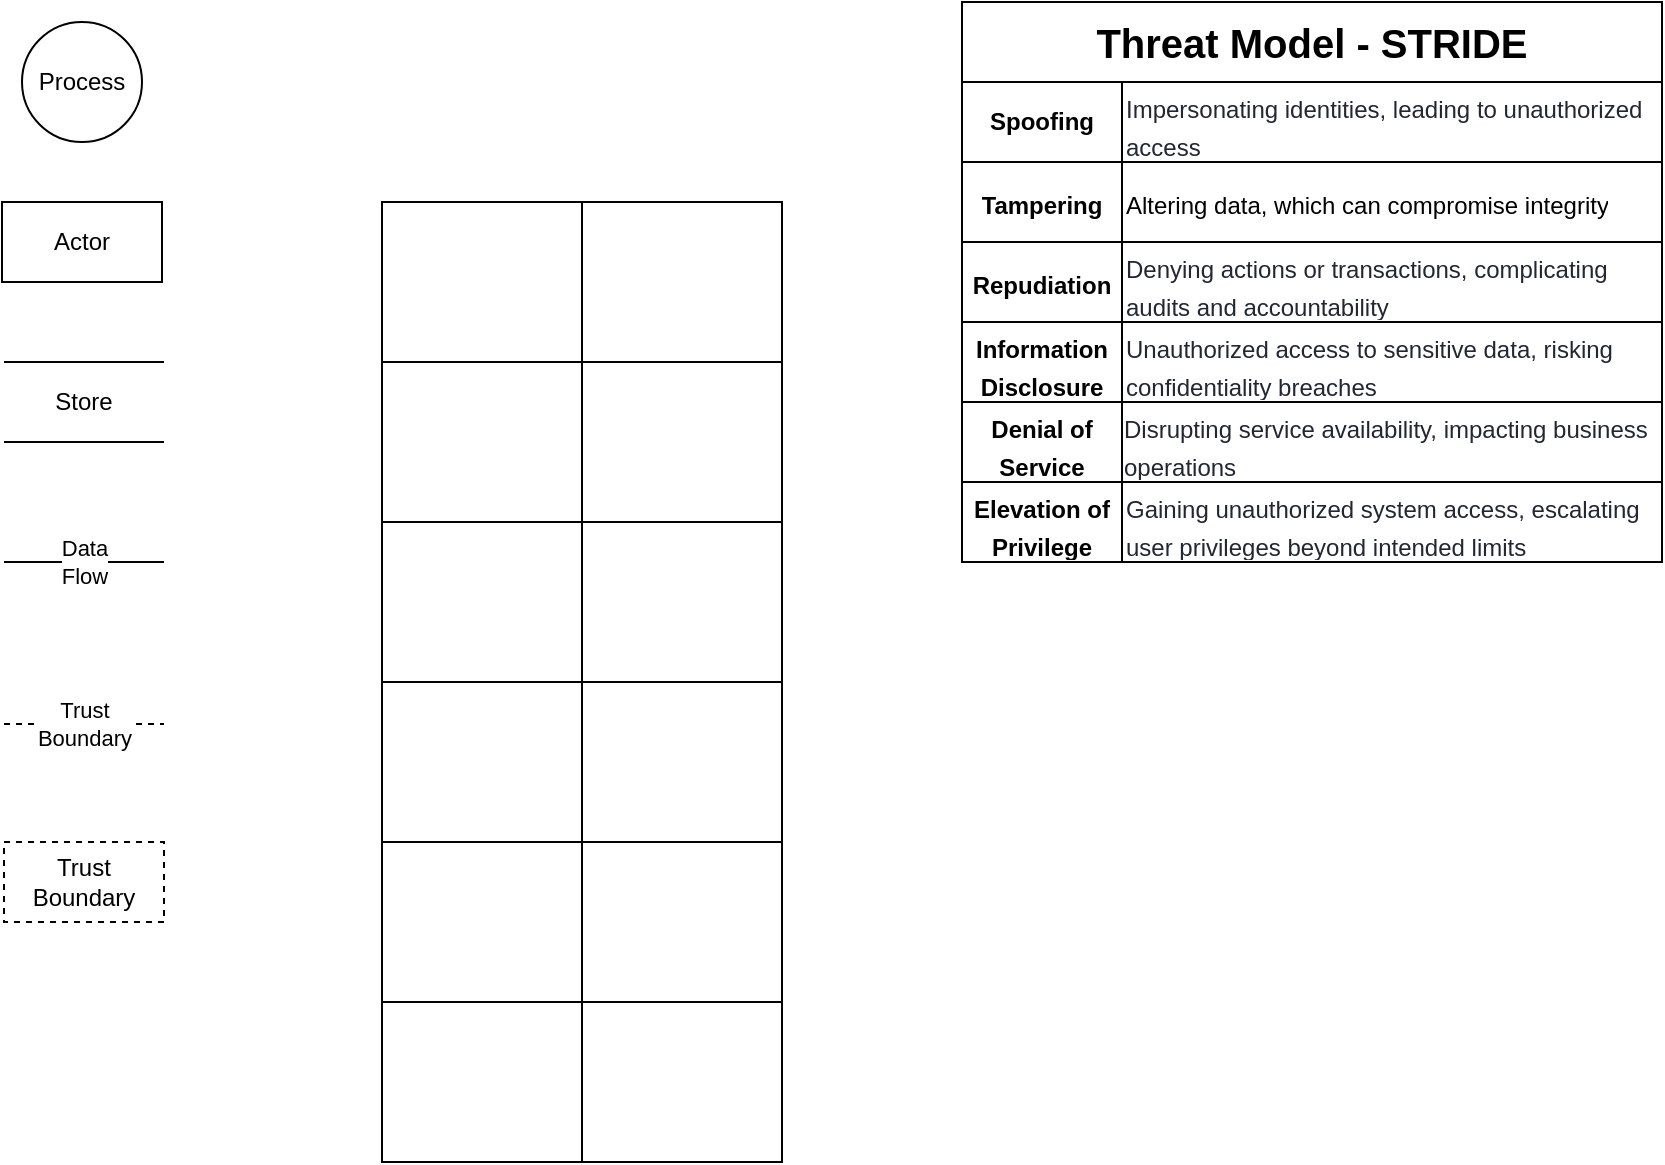
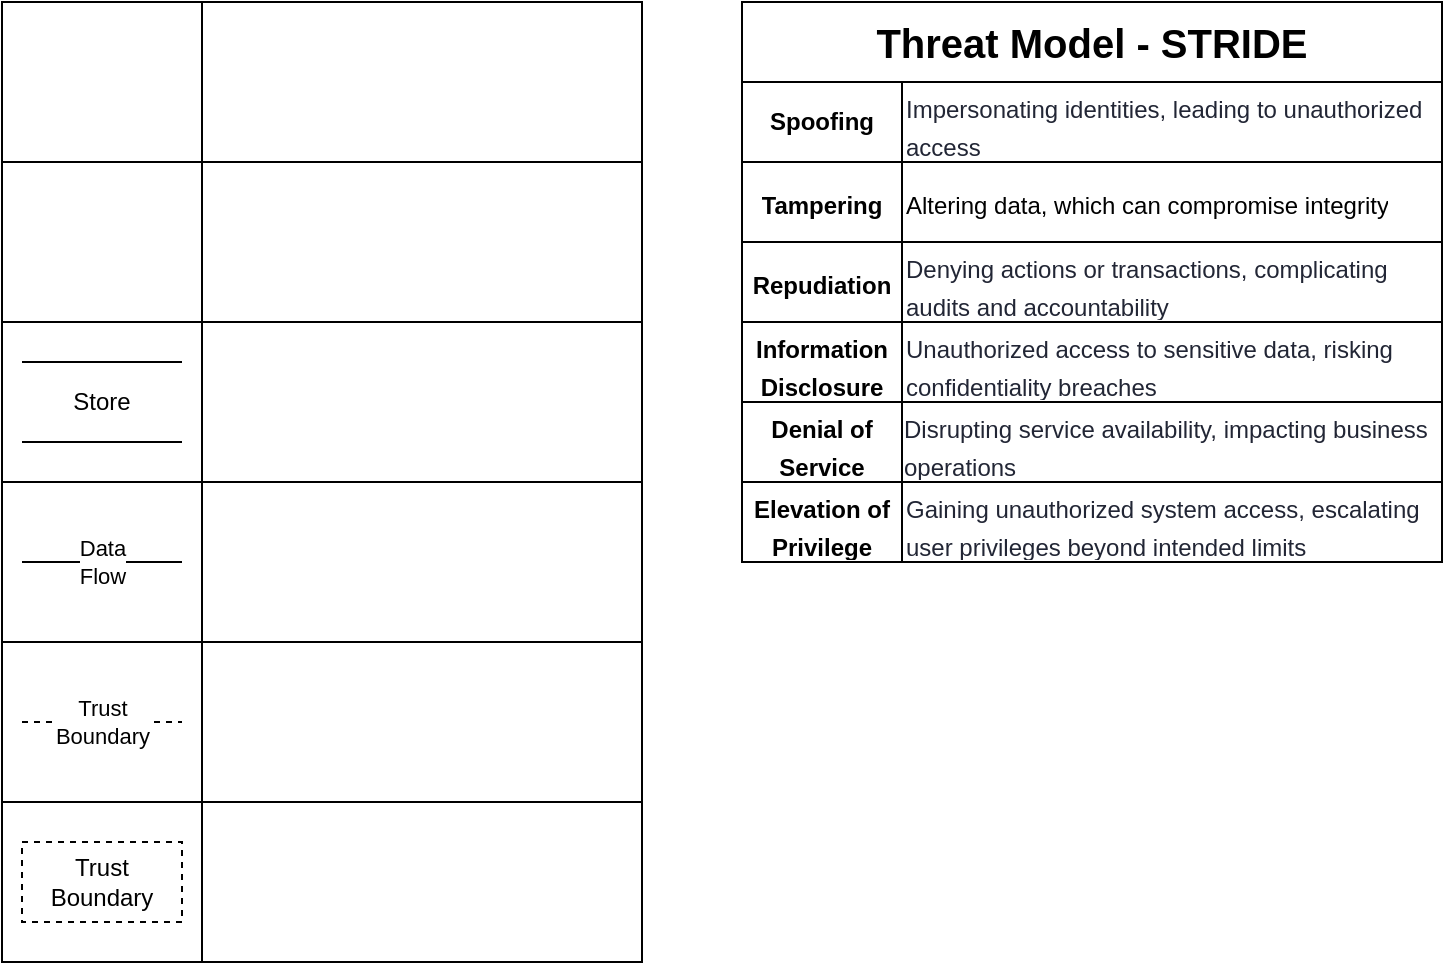
<mxfile host="app.diagrams.net">
  <diagram name="Page-1" id="LUfYaMOZ5GPox6UbmhKn">
-     <mxGraphModel dx="1204" dy="815" grid="1" gridSize="10" guides="1" tooltips="1" connect="1" arrows="1" fold="1" page="1" pageScale="1" pageWidth="1169" pageHeight="827" math="0" shadow="0">
+     <mxGraphModel dx="1003" dy="679" grid="1" gridSize="10" guides="1" tooltips="1" connect="1" arrows="1" fold="1" page="1" pageScale="1" pageWidth="1169" pageHeight="827" math="0" shadow="0">
      <root>
        <mxCell id="0" />
        <mxCell id="1" parent="0" />
        <mxCell id="M_fBX4zBRpyhF5hZAxOK-1" parent="1" style="ellipse;whiteSpace=wrap;html=1;direction=west;" value="Process" vertex="1">
-           <mxGeometry height="60" width="60" x="60" y="50" as="geometry" />
+           <mxGeometry height="60" width="60" x="180" y="50" as="geometry" />
        </mxCell>
        <mxCell id="M_fBX4zBRpyhF5hZAxOK-2" parent="1" style="rounded=0;whiteSpace=wrap;html=1;" value="Actor" vertex="1">
-           <mxGeometry height="40" width="80" x="50" y="140" as="geometry" />
+           <mxGeometry height="40" width="80" x="170" y="140" as="geometry" />
        </mxCell>
        <mxCell id="M_fBX4zBRpyhF5hZAxOK-11" parent="1" style="shape=table;startSize=0;container=1;collapsible=0;childLayout=tableLayout;fontSize=12;" value="" vertex="1">
          <mxGeometry height="280" width="350" x="530" y="40" as="geometry" />
        </mxCell>
        <mxCell id="i9MEZxg4KkeJskCu2APN-1" parent="M_fBX4zBRpyhF5hZAxOK-11" style="shape=tableRow;horizontal=0;startSize=0;swimlaneHead=0;swimlaneBody=0;strokeColor=inherit;top=0;left=0;bottom=0;right=0;collapsible=0;dropTarget=0;fillColor=none;points=[[0,0.5],[1,0.5]];portConstraint=eastwest;fontSize=16;" vertex="1">
          <mxGeometry height="40" width="350" as="geometry" />
        </mxCell>
        <mxCell id="i9MEZxg4KkeJskCu2APN-2" parent="i9MEZxg4KkeJskCu2APN-1" style="shape=partialRectangle;html=1;whiteSpace=wrap;connectable=0;strokeColor=inherit;overflow=hidden;fillColor=none;top=0;left=0;bottom=0;right=0;pointerEvents=1;fontSize=12;rowspan=1;colspan=2;" value="&lt;b&gt;&lt;font style=&quot;font-size: 20px;&quot;&gt;Threat Model - STRIDE&lt;/font&gt;&lt;/b&gt;" vertex="1">
          <mxGeometry height="40" width="350" as="geometry">
            <mxRectangle height="40" width="80" as="alternateBounds" />
          </mxGeometry>
        </mxCell>
        <mxCell id="i9MEZxg4KkeJskCu2APN-3" parent="i9MEZxg4KkeJskCu2APN-1" style="shape=partialRectangle;html=1;whiteSpace=wrap;connectable=0;strokeColor=inherit;overflow=hidden;fillColor=none;top=0;left=0;bottom=0;right=0;pointerEvents=1;fontSize=16;align=left;" vertex="1" visible="0">
          <mxGeometry height="40" width="270" x="80" as="geometry">
            <mxRectangle height="40" width="270" as="alternateBounds" />
          </mxGeometry>
        </mxCell>
        <mxCell id="M_fBX4zBRpyhF5hZAxOK-12" parent="M_fBX4zBRpyhF5hZAxOK-11" style="shape=tableRow;horizontal=0;startSize=0;swimlaneHead=0;swimlaneBody=0;strokeColor=inherit;top=0;left=0;bottom=0;right=0;collapsible=0;dropTarget=0;fillColor=none;points=[[0,0.5],[1,0.5]];portConstraint=eastwest;fontSize=16;" value="" vertex="1">
          <mxGeometry height="40" width="350" y="40" as="geometry" />
        </mxCell>
        <mxCell id="M_fBX4zBRpyhF5hZAxOK-13" parent="M_fBX4zBRpyhF5hZAxOK-12" style="shape=partialRectangle;html=1;whiteSpace=wrap;connectable=0;strokeColor=inherit;overflow=hidden;fillColor=none;top=0;left=0;bottom=0;right=0;pointerEvents=1;fontSize=12;" value="&lt;font&gt;&lt;b&gt;Spoofing&lt;/b&gt;&lt;/font&gt;" vertex="1">
          <mxGeometry height="40" width="80" as="geometry">
            <mxRectangle height="40" width="80" as="alternateBounds" />
          </mxGeometry>
        </mxCell>
        <mxCell id="M_fBX4zBRpyhF5hZAxOK-14" parent="M_fBX4zBRpyhF5hZAxOK-12" style="shape=partialRectangle;html=1;whiteSpace=wrap;connectable=0;strokeColor=inherit;overflow=hidden;fillColor=none;top=0;left=0;bottom=0;right=0;pointerEvents=1;fontSize=16;align=left;" value="&lt;span style=&quot;caret-color: rgb(34, 38, 53); color: rgb(34, 38, 53);&quot;&gt;&lt;font style=&quot;font-size: 12px;&quot;&gt;Impersonating identities, leading to unauthorized access&lt;/font&gt;&lt;/span&gt;" vertex="1">
          <mxGeometry height="40" width="270" x="80" as="geometry">
            <mxRectangle height="40" width="270" as="alternateBounds" />
          </mxGeometry>
        </mxCell>
        <mxCell id="M_fBX4zBRpyhF5hZAxOK-16" parent="M_fBX4zBRpyhF5hZAxOK-11" style="shape=tableRow;horizontal=0;startSize=0;swimlaneHead=0;swimlaneBody=0;strokeColor=inherit;top=0;left=0;bottom=0;right=0;collapsible=0;dropTarget=0;fillColor=none;points=[[0,0.5],[1,0.5]];portConstraint=eastwest;fontSize=16;" value="" vertex="1">
          <mxGeometry height="40" width="350" y="80" as="geometry" />
        </mxCell>
        <mxCell id="M_fBX4zBRpyhF5hZAxOK-17" parent="M_fBX4zBRpyhF5hZAxOK-16" style="shape=partialRectangle;html=1;whiteSpace=wrap;connectable=0;strokeColor=inherit;overflow=hidden;fillColor=none;top=0;left=0;bottom=0;right=0;pointerEvents=1;fontSize=16;" value="&lt;font style=&quot;font-size: 12px;&quot;&gt;&lt;b&gt;Tampering&lt;/b&gt;&lt;/font&gt;" vertex="1">
          <mxGeometry height="40" width="80" as="geometry">
            <mxRectangle height="40" width="80" as="alternateBounds" />
          </mxGeometry>
        </mxCell>
        <mxCell id="M_fBX4zBRpyhF5hZAxOK-18" parent="M_fBX4zBRpyhF5hZAxOK-16" style="shape=partialRectangle;html=1;whiteSpace=wrap;connectable=0;strokeColor=inherit;overflow=hidden;fillColor=none;top=0;left=0;bottom=0;right=0;pointerEvents=1;fontSize=16;align=left;" value="&lt;font style=&quot;font-size: 12px;&quot;&gt;Altering data, which can compromise integrity&lt;/font&gt;" vertex="1">
          <mxGeometry height="40" width="270" x="80" as="geometry">
            <mxRectangle height="40" width="270" as="alternateBounds" />
          </mxGeometry>
        </mxCell>
        <mxCell id="M_fBX4zBRpyhF5hZAxOK-20" parent="M_fBX4zBRpyhF5hZAxOK-11" style="shape=tableRow;horizontal=0;startSize=0;swimlaneHead=0;swimlaneBody=0;strokeColor=inherit;top=0;left=0;bottom=0;right=0;collapsible=0;dropTarget=0;fillColor=none;points=[[0,0.5],[1,0.5]];portConstraint=eastwest;fontSize=16;" value="" vertex="1">
          <mxGeometry height="40" width="350" y="120" as="geometry" />
        </mxCell>
        <mxCell id="M_fBX4zBRpyhF5hZAxOK-21" parent="M_fBX4zBRpyhF5hZAxOK-20" style="shape=partialRectangle;html=1;whiteSpace=wrap;connectable=0;strokeColor=inherit;overflow=hidden;fillColor=none;top=0;left=0;bottom=0;right=0;pointerEvents=1;fontSize=16;" value="&lt;font style=&quot;font-size: 12px;&quot;&gt;&lt;b&gt;Repudiation&lt;/b&gt;&lt;/font&gt;" vertex="1">
          <mxGeometry height="40" width="80" as="geometry">
            <mxRectangle height="40" width="80" as="alternateBounds" />
          </mxGeometry>
        </mxCell>
        <mxCell id="M_fBX4zBRpyhF5hZAxOK-22" parent="M_fBX4zBRpyhF5hZAxOK-20" style="shape=partialRectangle;html=1;whiteSpace=wrap;connectable=0;strokeColor=inherit;overflow=hidden;fillColor=none;top=0;left=0;bottom=0;right=0;pointerEvents=1;fontSize=16;align=left;" value="&lt;span style=&quot;caret-color: rgb(34, 38, 53); color: rgb(34, 38, 53);&quot;&gt;&lt;font style=&quot;font-size: 12px;&quot;&gt;Denying actions or transactions, complicating audits and accountability&lt;/font&gt;&lt;/span&gt;" vertex="1">
          <mxGeometry height="40" width="270" x="80" as="geometry">
            <mxRectangle height="40" width="270" as="alternateBounds" />
          </mxGeometry>
        </mxCell>
        <mxCell id="M_fBX4zBRpyhF5hZAxOK-25" parent="M_fBX4zBRpyhF5hZAxOK-11" style="shape=tableRow;horizontal=0;startSize=0;swimlaneHead=0;swimlaneBody=0;strokeColor=inherit;top=0;left=0;bottom=0;right=0;collapsible=0;dropTarget=0;fillColor=none;points=[[0,0.5],[1,0.5]];portConstraint=eastwest;fontSize=16;" value="" vertex="1">
          <mxGeometry height="40" width="350" y="160" as="geometry" />
        </mxCell>
        <mxCell id="M_fBX4zBRpyhF5hZAxOK-26" parent="M_fBX4zBRpyhF5hZAxOK-25" style="shape=partialRectangle;html=1;whiteSpace=wrap;connectable=0;strokeColor=inherit;overflow=hidden;fillColor=none;top=0;left=0;bottom=0;right=0;pointerEvents=1;fontSize=16;" value="&lt;font style=&quot;font-size: 12px;&quot;&gt;&lt;b&gt;Information Disclosure&lt;/b&gt;&lt;/font&gt;" vertex="1">
          <mxGeometry height="40" width="80" as="geometry">
            <mxRectangle height="40" width="80" as="alternateBounds" />
          </mxGeometry>
        </mxCell>
        <mxCell id="M_fBX4zBRpyhF5hZAxOK-27" parent="M_fBX4zBRpyhF5hZAxOK-25" style="shape=partialRectangle;html=1;whiteSpace=wrap;connectable=0;strokeColor=inherit;overflow=hidden;fillColor=none;top=0;left=0;bottom=0;right=0;pointerEvents=1;fontSize=16;align=left;" value="&lt;span style=&quot;caret-color: rgb(34, 38, 53); color: rgb(34, 38, 53);&quot;&gt;&lt;font style=&quot;font-size: 12px;&quot;&gt;Unauthorized access to sensitive data, risking confidentiality breaches&lt;/font&gt;&lt;/span&gt;" vertex="1">
          <mxGeometry height="40" width="270" x="80" as="geometry">
            <mxRectangle height="40" width="270" as="alternateBounds" />
          </mxGeometry>
        </mxCell>
        <mxCell id="M_fBX4zBRpyhF5hZAxOK-29" parent="M_fBX4zBRpyhF5hZAxOK-11" style="shape=tableRow;horizontal=0;startSize=0;swimlaneHead=0;swimlaneBody=0;strokeColor=inherit;top=0;left=0;bottom=0;right=0;collapsible=0;dropTarget=0;fillColor=none;points=[[0,0.5],[1,0.5]];portConstraint=eastwest;fontSize=16;" value="" vertex="1">
          <mxGeometry height="40" width="350" y="200" as="geometry" />
        </mxCell>
        <mxCell id="M_fBX4zBRpyhF5hZAxOK-30" parent="M_fBX4zBRpyhF5hZAxOK-29" style="shape=partialRectangle;html=1;whiteSpace=wrap;connectable=0;strokeColor=inherit;overflow=hidden;fillColor=none;top=0;left=0;bottom=0;right=0;pointerEvents=1;fontSize=16;" value="&lt;font style=&quot;font-size: 12px;&quot;&gt;&lt;b&gt;Denial of Service&lt;/b&gt;&lt;/font&gt;" vertex="1">
          <mxGeometry height="40" width="80" as="geometry">
            <mxRectangle height="40" width="80" as="alternateBounds" />
          </mxGeometry>
        </mxCell>
        <mxCell id="M_fBX4zBRpyhF5hZAxOK-31" parent="M_fBX4zBRpyhF5hZAxOK-29" style="shape=partialRectangle;html=1;whiteSpace=wrap;connectable=0;strokeColor=inherit;overflow=hidden;fillColor=none;top=0;left=0;bottom=0;right=0;pointerEvents=1;fontSize=16;" value="&lt;div style=&quot;text-align: left;&quot;&gt;&lt;span style=&quot;caret-color: rgb(34, 38, 53); color: rgb(34, 38, 53); font-size: 12px;&quot;&gt;Disrupting service availability, impacting business operations&lt;/span&gt;&lt;/div&gt;" vertex="1">
          <mxGeometry height="40" width="270" x="80" as="geometry">
            <mxRectangle height="40" width="270" as="alternateBounds" />
          </mxGeometry>
        </mxCell>
        <mxCell id="M_fBX4zBRpyhF5hZAxOK-33" parent="M_fBX4zBRpyhF5hZAxOK-11" style="shape=tableRow;horizontal=0;startSize=0;swimlaneHead=0;swimlaneBody=0;strokeColor=inherit;top=0;left=0;bottom=0;right=0;collapsible=0;dropTarget=0;fillColor=none;points=[[0,0.5],[1,0.5]];portConstraint=eastwest;fontSize=16;" value="" vertex="1">
          <mxGeometry height="40" width="350" y="240" as="geometry" />
        </mxCell>
        <mxCell id="M_fBX4zBRpyhF5hZAxOK-34" parent="M_fBX4zBRpyhF5hZAxOK-33" style="shape=partialRectangle;html=1;whiteSpace=wrap;connectable=0;strokeColor=inherit;overflow=hidden;fillColor=none;top=0;left=0;bottom=0;right=0;pointerEvents=1;fontSize=16;" value="&lt;font style=&quot;font-size: 12px;&quot;&gt;&lt;b&gt;Elevation of Privilege&lt;/b&gt;&lt;/font&gt;" vertex="1">
          <mxGeometry height="40" width="80" as="geometry">
            <mxRectangle height="40" width="80" as="alternateBounds" />
          </mxGeometry>
        </mxCell>
        <mxCell id="M_fBX4zBRpyhF5hZAxOK-35" parent="M_fBX4zBRpyhF5hZAxOK-33" style="shape=partialRectangle;html=1;whiteSpace=wrap;connectable=0;strokeColor=inherit;overflow=hidden;fillColor=none;top=0;left=0;bottom=0;right=0;pointerEvents=1;fontSize=16;align=left;" value="&lt;span style=&quot;caret-color: rgb(34, 38, 53); color: rgb(34, 38, 53);&quot;&gt;&lt;font style=&quot;font-size: 12px;&quot; face=&quot;Helvetica&quot;&gt;Gaining unauthorized system access, escalating user privileges beyond intended limits&lt;/font&gt;&lt;/span&gt;" vertex="1">
          <mxGeometry height="40" width="270" x="80" as="geometry">
            <mxRectangle height="40" width="270" as="alternateBounds" />
          </mxGeometry>
        </mxCell>
        <mxCell id="i9MEZxg4KkeJskCu2APN-4" parent="1" style="shape=table;startSize=0;container=1;collapsible=0;childLayout=tableLayout;fixedHeader=1;" value="" vertex="1">
-           <mxGeometry height="480" width="200" x="240" y="140" as="geometry" />
+           <mxGeometry height="480" width="320" x="160" y="40" as="geometry" />
        </mxCell>
        <mxCell id="i9MEZxg4KkeJskCu2APN-5" parent="i9MEZxg4KkeJskCu2APN-4" style="shape=tableRow;horizontal=0;startSize=0;swimlaneHead=0;swimlaneBody=0;strokeColor=inherit;top=0;left=0;bottom=0;right=0;collapsible=0;dropTarget=0;fillColor=none;points=[[0,0.5],[1,0.5]];portConstraint=eastwest;fixedHeader=1;" value="" vertex="1">
-           <mxGeometry height="80" width="200" as="geometry" />
+           <mxGeometry height="80" width="320" as="geometry" />
        </mxCell>
        <mxCell id="i9MEZxg4KkeJskCu2APN-6" parent="i9MEZxg4KkeJskCu2APN-5" style="shape=partialRectangle;html=1;whiteSpace=wrap;connectable=0;strokeColor=inherit;overflow=hidden;fillColor=none;top=0;left=0;bottom=0;right=0;pointerEvents=1;" value="" vertex="1">
          <mxGeometry height="80" width="100" as="geometry">
            <mxRectangle height="80" width="100" as="alternateBounds" />
          </mxGeometry>
        </mxCell>
        <mxCell id="i9MEZxg4KkeJskCu2APN-7" parent="i9MEZxg4KkeJskCu2APN-5" style="shape=partialRectangle;html=1;whiteSpace=wrap;connectable=0;strokeColor=inherit;overflow=hidden;fillColor=none;top=0;left=0;bottom=0;right=0;pointerEvents=1;" value="" vertex="1">
-           <mxGeometry height="80" width="100" x="100" as="geometry">
-             <mxRectangle height="80" width="100" as="alternateBounds" />
+           <mxGeometry height="80" width="220" x="100" as="geometry">
+             <mxRectangle height="80" width="220" as="alternateBounds" />
          </mxGeometry>
        </mxCell>
        <mxCell id="i9MEZxg4KkeJskCu2APN-8" parent="i9MEZxg4KkeJskCu2APN-4" style="shape=tableRow;horizontal=0;startSize=0;swimlaneHead=0;swimlaneBody=0;strokeColor=inherit;top=0;left=0;bottom=0;right=0;collapsible=0;dropTarget=0;fillColor=none;points=[[0,0.5],[1,0.5]];portConstraint=eastwest;fixedHeader=1;" value="" vertex="1">
-           <mxGeometry height="80" width="200" y="80" as="geometry" />
+           <mxGeometry height="80" width="320" y="80" as="geometry" />
        </mxCell>
        <mxCell id="i9MEZxg4KkeJskCu2APN-9" parent="i9MEZxg4KkeJskCu2APN-8" style="shape=partialRectangle;html=1;whiteSpace=wrap;connectable=0;strokeColor=inherit;overflow=hidden;fillColor=none;top=0;left=0;bottom=0;right=0;pointerEvents=1;" value="" vertex="1">
          <mxGeometry height="80" width="100" as="geometry">
            <mxRectangle height="80" width="100" as="alternateBounds" />
          </mxGeometry>
        </mxCell>
        <mxCell id="i9MEZxg4KkeJskCu2APN-10" parent="i9MEZxg4KkeJskCu2APN-8" style="shape=partialRectangle;html=1;whiteSpace=wrap;connectable=0;strokeColor=inherit;overflow=hidden;fillColor=none;top=0;left=0;bottom=0;right=0;pointerEvents=1;" value="" vertex="1">
-           <mxGeometry height="80" width="100" x="100" as="geometry">
-             <mxRectangle height="80" width="100" as="alternateBounds" />
+           <mxGeometry height="80" width="220" x="100" as="geometry">
+             <mxRectangle height="80" width="220" as="alternateBounds" />
          </mxGeometry>
        </mxCell>
        <mxCell id="i9MEZxg4KkeJskCu2APN-11" parent="i9MEZxg4KkeJskCu2APN-4" style="shape=tableRow;horizontal=0;startSize=0;swimlaneHead=0;swimlaneBody=0;strokeColor=inherit;top=0;left=0;bottom=0;right=0;collapsible=0;dropTarget=0;fillColor=none;points=[[0,0.5],[1,0.5]];portConstraint=eastwest;fixedHeader=1;" value="" vertex="1">
-           <mxGeometry height="80" width="200" y="160" as="geometry" />
+           <mxGeometry height="80" width="320" y="160" as="geometry" />
        </mxCell>
        <mxCell id="i9MEZxg4KkeJskCu2APN-12" parent="i9MEZxg4KkeJskCu2APN-11" style="shape=partialRectangle;html=1;whiteSpace=wrap;connectable=0;strokeColor=inherit;overflow=hidden;fillColor=none;top=0;left=0;bottom=0;right=0;pointerEvents=1;" value="" vertex="1">
          <mxGeometry height="80" width="100" as="geometry">
            <mxRectangle height="80" width="100" as="alternateBounds" />
          </mxGeometry>
        </mxCell>
        <mxCell id="i9MEZxg4KkeJskCu2APN-13" parent="i9MEZxg4KkeJskCu2APN-11" style="shape=partialRectangle;html=1;whiteSpace=wrap;connectable=0;strokeColor=inherit;overflow=hidden;fillColor=none;top=0;left=0;bottom=0;right=0;pointerEvents=1;" value="" vertex="1">
-           <mxGeometry height="80" width="100" x="100" as="geometry">
-             <mxRectangle height="80" width="100" as="alternateBounds" />
+           <mxGeometry height="80" width="220" x="100" as="geometry">
+             <mxRectangle height="80" width="220" as="alternateBounds" />
          </mxGeometry>
        </mxCell>
        <mxCell id="i9MEZxg4KkeJskCu2APN-14" parent="i9MEZxg4KkeJskCu2APN-4" style="shape=tableRow;horizontal=0;startSize=0;swimlaneHead=0;swimlaneBody=0;strokeColor=inherit;top=0;left=0;bottom=0;right=0;collapsible=0;dropTarget=0;fillColor=none;points=[[0,0.5],[1,0.5]];portConstraint=eastwest;fixedHeader=1;" value="" vertex="1">
-           <mxGeometry height="80" width="200" y="240" as="geometry" />
+           <mxGeometry height="80" width="320" y="240" as="geometry" />
        </mxCell>
        <mxCell id="i9MEZxg4KkeJskCu2APN-15" parent="i9MEZxg4KkeJskCu2APN-14" style="shape=partialRectangle;html=1;whiteSpace=wrap;connectable=0;strokeColor=inherit;overflow=hidden;fillColor=none;top=0;left=0;bottom=0;right=0;pointerEvents=1;" value="" vertex="1">
          <mxGeometry height="80" width="100" as="geometry">
            <mxRectangle height="80" width="100" as="alternateBounds" />
          </mxGeometry>
        </mxCell>
        <mxCell id="i9MEZxg4KkeJskCu2APN-16" parent="i9MEZxg4KkeJskCu2APN-14" style="shape=partialRectangle;html=1;whiteSpace=wrap;connectable=0;strokeColor=inherit;overflow=hidden;fillColor=none;top=0;left=0;bottom=0;right=0;pointerEvents=1;" value="" vertex="1">
-           <mxGeometry height="80" width="100" x="100" as="geometry">
-             <mxRectangle height="80" width="100" as="alternateBounds" />
+           <mxGeometry height="80" width="220" x="100" as="geometry">
+             <mxRectangle height="80" width="220" as="alternateBounds" />
          </mxGeometry>
        </mxCell>
        <mxCell id="i9MEZxg4KkeJskCu2APN-17" parent="i9MEZxg4KkeJskCu2APN-4" style="shape=tableRow;horizontal=0;startSize=0;swimlaneHead=0;swimlaneBody=0;strokeColor=inherit;top=0;left=0;bottom=0;right=0;collapsible=0;dropTarget=0;fillColor=none;points=[[0,0.5],[1,0.5]];portConstraint=eastwest;fixedHeader=1;" value="" vertex="1">
-           <mxGeometry height="80" width="200" y="320" as="geometry" />
+           <mxGeometry height="80" width="320" y="320" as="geometry" />
        </mxCell>
        <mxCell id="i9MEZxg4KkeJskCu2APN-18" parent="i9MEZxg4KkeJskCu2APN-17" style="shape=partialRectangle;html=1;whiteSpace=wrap;connectable=0;strokeColor=inherit;overflow=hidden;fillColor=none;top=0;left=0;bottom=0;right=0;pointerEvents=1;" value="" vertex="1">
          <mxGeometry height="80" width="100" as="geometry">
            <mxRectangle height="80" width="100" as="alternateBounds" />
          </mxGeometry>
        </mxCell>
        <mxCell id="i9MEZxg4KkeJskCu2APN-19" parent="i9MEZxg4KkeJskCu2APN-17" style="shape=partialRectangle;html=1;whiteSpace=wrap;connectable=0;strokeColor=inherit;overflow=hidden;fillColor=none;top=0;left=0;bottom=0;right=0;pointerEvents=1;" value="" vertex="1">
-           <mxGeometry height="80" width="100" x="100" as="geometry">
-             <mxRectangle height="80" width="100" as="alternateBounds" />
+           <mxGeometry height="80" width="220" x="100" as="geometry">
+             <mxRectangle height="80" width="220" as="alternateBounds" />
          </mxGeometry>
        </mxCell>
        <mxCell id="EMhIjtj1n61WMu614l9y-1" parent="i9MEZxg4KkeJskCu2APN-4" style="shape=tableRow;horizontal=0;startSize=0;swimlaneHead=0;swimlaneBody=0;strokeColor=inherit;top=0;left=0;bottom=0;right=0;collapsible=0;dropTarget=0;fillColor=none;points=[[0,0.5],[1,0.5]];portConstraint=eastwest;fixedHeader=1;" value="" vertex="1">
-           <mxGeometry height="80" width="200" y="400" as="geometry" />
+           <mxGeometry height="80" width="320" y="400" as="geometry" />
        </mxCell>
        <mxCell id="EMhIjtj1n61WMu614l9y-2" parent="EMhIjtj1n61WMu614l9y-1" style="shape=partialRectangle;html=1;whiteSpace=wrap;connectable=0;strokeColor=inherit;overflow=hidden;fillColor=none;top=0;left=0;bottom=0;right=0;pointerEvents=1;" value="" vertex="1">
          <mxGeometry height="80" width="100" as="geometry">
            <mxRectangle height="80" width="100" as="alternateBounds" />
          </mxGeometry>
        </mxCell>
        <mxCell id="EMhIjtj1n61WMu614l9y-3" parent="EMhIjtj1n61WMu614l9y-1" style="shape=partialRectangle;html=1;whiteSpace=wrap;connectable=0;strokeColor=inherit;overflow=hidden;fillColor=none;top=0;left=0;bottom=0;right=0;pointerEvents=1;" value="" vertex="1">
-           <mxGeometry height="80" width="100" x="100" as="geometry">
-             <mxRectangle height="80" width="100" as="alternateBounds" />
-           </mxGeometry>
-         </mxCell>
-         <mxCell id="M_fBX4zBRpyhF5hZAxOK-3" parent="1" style="rounded=0;whiteSpace=wrap;html=1;strokeColor=none;" value="Store" vertex="1">
-           <mxGeometry height="40" width="80" x="51" y="220" as="geometry" />
-         </mxCell>
-         <mxCell id="M_fBX4zBRpyhF5hZAxOK-4" edge="1" parent="1" source="M_fBX4zBRpyhF5hZAxOK-3" style="endArrow=none;html=1;rounded=0;exitX=0;exitY=0;exitDx=0;exitDy=0;entryX=1;entryY=0;entryDx=0;entryDy=0;" target="M_fBX4zBRpyhF5hZAxOK-3" value="">
-           <mxGeometry height="50" relative="1" width="50" as="geometry">
-             <mxPoint x="251" y="326.66666666666663" as="sourcePoint" />
-             <mxPoint x="104.33333333333333" y="220" as="targetPoint" />
-           </mxGeometry>
-         </mxCell>
-         <mxCell id="M_fBX4zBRpyhF5hZAxOK-5" edge="1" parent="1" style="endArrow=none;html=1;rounded=0;exitX=0;exitY=0;exitDx=0;exitDy=0;entryX=1;entryY=0;entryDx=0;entryDy=0;" value="">
-           <mxGeometry height="50" relative="1" width="50" as="geometry">
-             <mxPoint x="51" y="260" as="sourcePoint" />
-             <mxPoint x="131" y="260" as="targetPoint" />
+           <mxGeometry height="80" width="220" x="100" as="geometry">
+             <mxRectangle height="80" width="220" as="alternateBounds" />
          </mxGeometry>
        </mxCell>
        <mxCell id="M_fBX4zBRpyhF5hZAxOK-7" edge="1" parent="1" style="endArrow=none;html=1;rounded=0;" value="Data&lt;div&gt;Flow&lt;/div&gt;">
          <mxGeometry height="50" relative="1" width="50" as="geometry">
-             <mxPoint x="51" y="320" as="sourcePoint" />
-             <mxPoint x="131" y="320" as="targetPoint" />
+             <mxPoint x="170" y="320" as="sourcePoint" />
+             <mxPoint x="250" y="320" as="targetPoint" />
          </mxGeometry>
        </mxCell>
        <mxCell id="M_fBX4zBRpyhF5hZAxOK-8" edge="1" parent="1" style="endArrow=none;dashed=1;html=1;rounded=0;" value="Trust&lt;div&gt;Boundary&lt;/div&gt;">
          <mxGeometry height="50" relative="1" width="50" as="geometry">
-             <mxPoint x="51" y="401" as="sourcePoint" />
-             <mxPoint x="131" y="401" as="targetPoint" />
+             <mxPoint x="170" y="400" as="sourcePoint" />
+             <mxPoint x="250" y="400" as="targetPoint" />
          </mxGeometry>
        </mxCell>
        <mxCell id="M_fBX4zBRpyhF5hZAxOK-10" parent="1" style="rounded=0;whiteSpace=wrap;html=1;fillColor=none;dashed=1;" value="Trust Boundary" vertex="1">
-           <mxGeometry height="40" width="80" x="51" y="460" as="geometry" />
+           <mxGeometry height="40" width="80" x="170" y="460" as="geometry" />
+         </mxCell>
+         <mxCell id="EMhIjtj1n61WMu614l9y-4" connectable="0" parent="1" style="group" value="" vertex="1">
+           <mxGeometry height="40" width="80" x="170" y="220" as="geometry" />
+         </mxCell>
+         <mxCell id="M_fBX4zBRpyhF5hZAxOK-3" parent="EMhIjtj1n61WMu614l9y-4" style="rounded=0;whiteSpace=wrap;html=1;strokeColor=none;" value="Store" vertex="1">
+           <mxGeometry height="40" width="80" as="geometry" />
+         </mxCell>
+         <mxCell id="M_fBX4zBRpyhF5hZAxOK-4" edge="1" parent="EMhIjtj1n61WMu614l9y-4" source="M_fBX4zBRpyhF5hZAxOK-3" style="endArrow=none;html=1;rounded=0;exitX=0;exitY=0;exitDx=0;exitDy=0;entryX=1;entryY=0;entryDx=0;entryDy=0;" target="M_fBX4zBRpyhF5hZAxOK-3" value="">
+           <mxGeometry height="50" relative="1" width="50" as="geometry">
+             <mxPoint x="200" y="106.66666666666663" as="sourcePoint" />
+             <mxPoint x="53.33333333333333" as="targetPoint" />
+           </mxGeometry>
+         </mxCell>
+         <mxCell id="M_fBX4zBRpyhF5hZAxOK-5" edge="1" parent="EMhIjtj1n61WMu614l9y-4" style="endArrow=none;html=1;rounded=0;exitX=0;exitY=0;exitDx=0;exitDy=0;entryX=1;entryY=0;entryDx=0;entryDy=0;" value="">
+           <mxGeometry height="50" relative="1" width="50" as="geometry">
+             <mxPoint y="40" as="sourcePoint" />
+             <mxPoint x="80" y="40" as="targetPoint" />
+           </mxGeometry>
        </mxCell>
      </root>
    </mxGraphModel>
  </diagram>
</mxfile>
